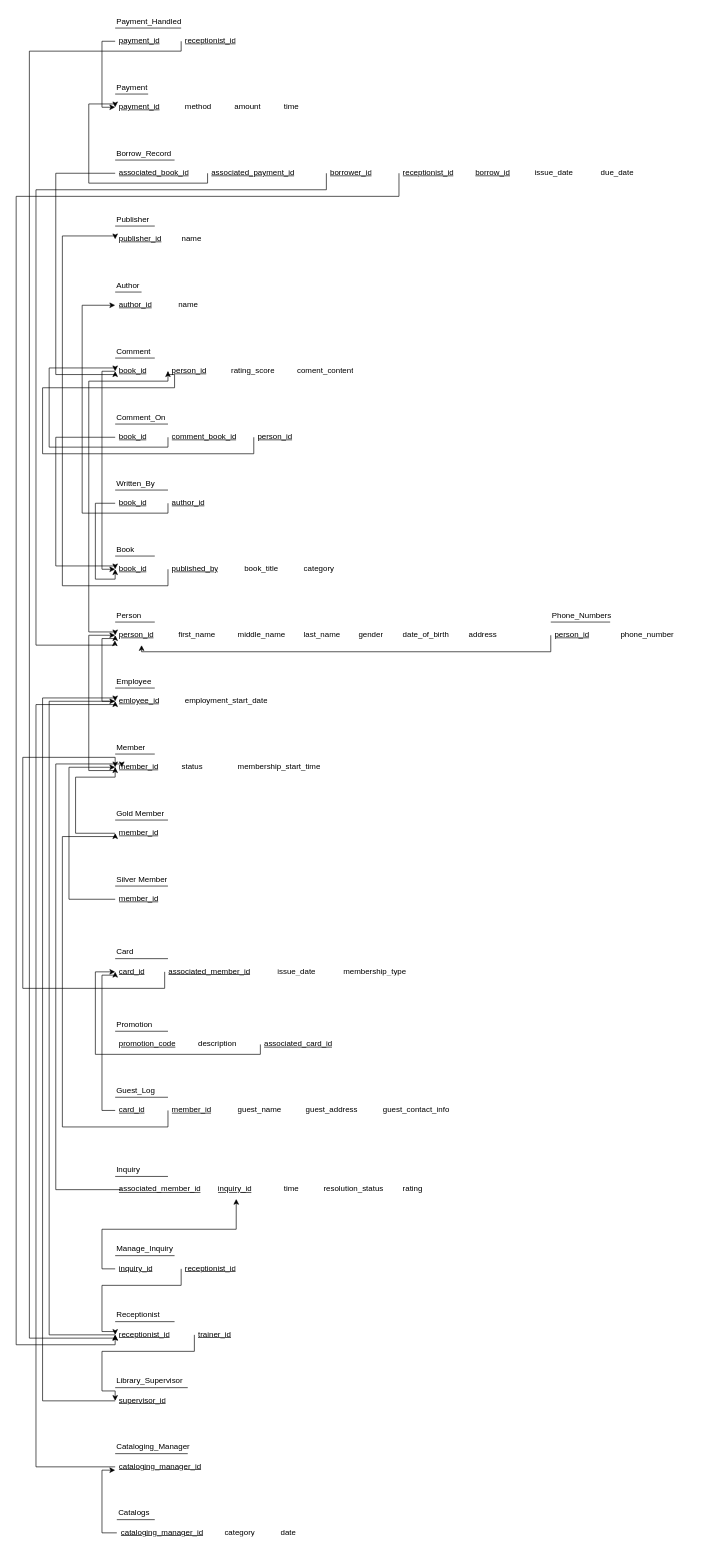
Earlier version of the draw.io diagram page "RELATIONAL SCHEMA" (2 of 3) of CS4347 - Project.drawio (AO-5002/cs4347-EER-project). Source tidied: cells renumbered, new cells numbered last; positions are measured from the earlier drawing's top-left corner, leaving out a move shared by most shapes. Both pictures are drawn from the tidied source at 66%, with x=0, y=0 at pixel (16, 11).
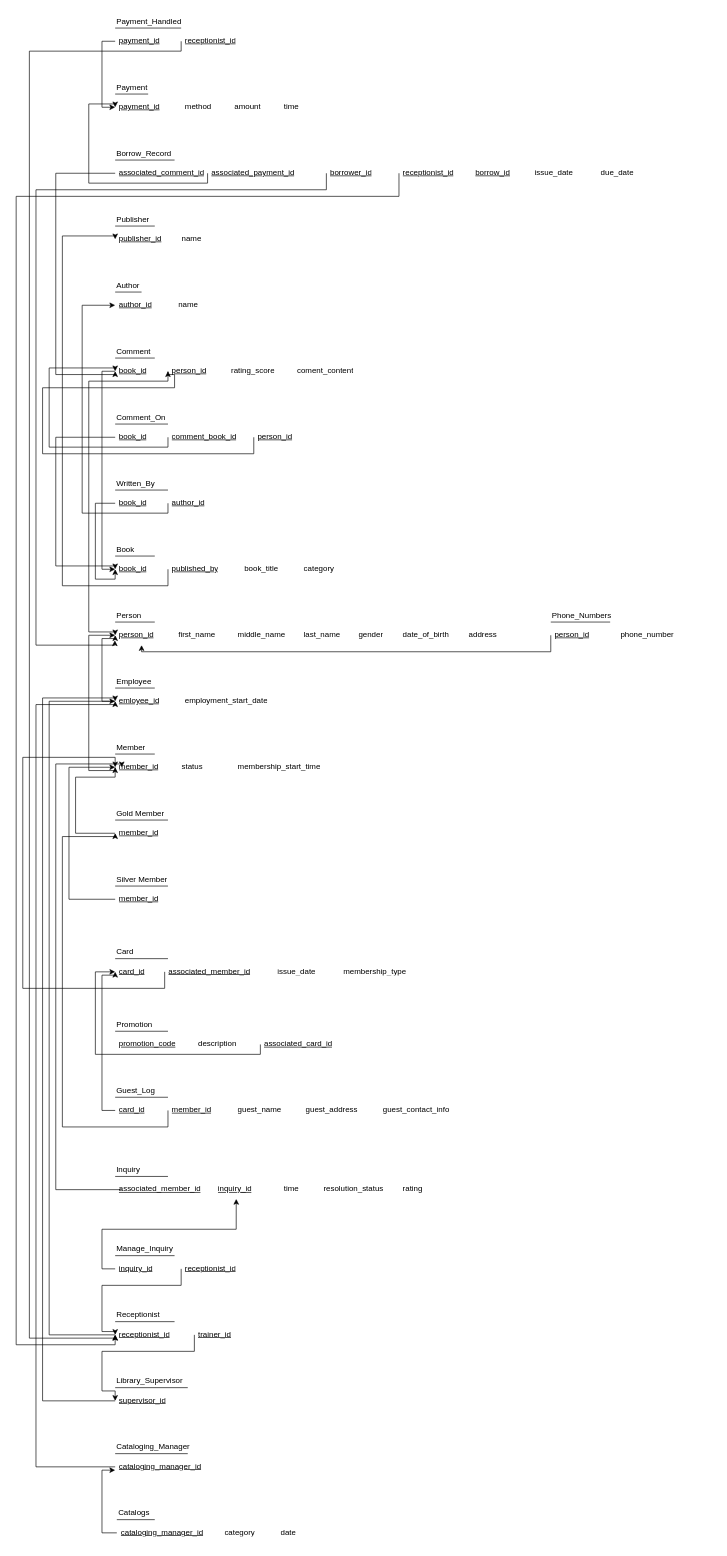
Above is the later version.

What changed in the source:
```diff
@@
-    <mxCell id="133" value="&lt;u&gt;associated_book_id&lt;/u&gt;" style="text;strokeColor=none;fillColor=none;spacingLeft=4;spacingRight=4;overflow=hidden;points=[[0,0.5],[1,0.5]];portConstraint=eastwest;fontSize=12;whiteSpace=wrap;html=1;" parent="1" vertex="1">
+    <mxCell id="133" value="&lt;u&gt;associated_comment_id&lt;/u&gt;" style="text;strokeColor=none;fillColor=none;spacingLeft=4;spacingRight=4;overflow=hidden;points=[[0,0.5],[1,0.5]];portConstraint=eastwest;fontSize=12;whiteSpace=wrap;html=1;" parent="1" vertex="1">
       <mxGeometry x="150" y="230" width="145" height="30" as="geometry" />
     </mxCell>
```
